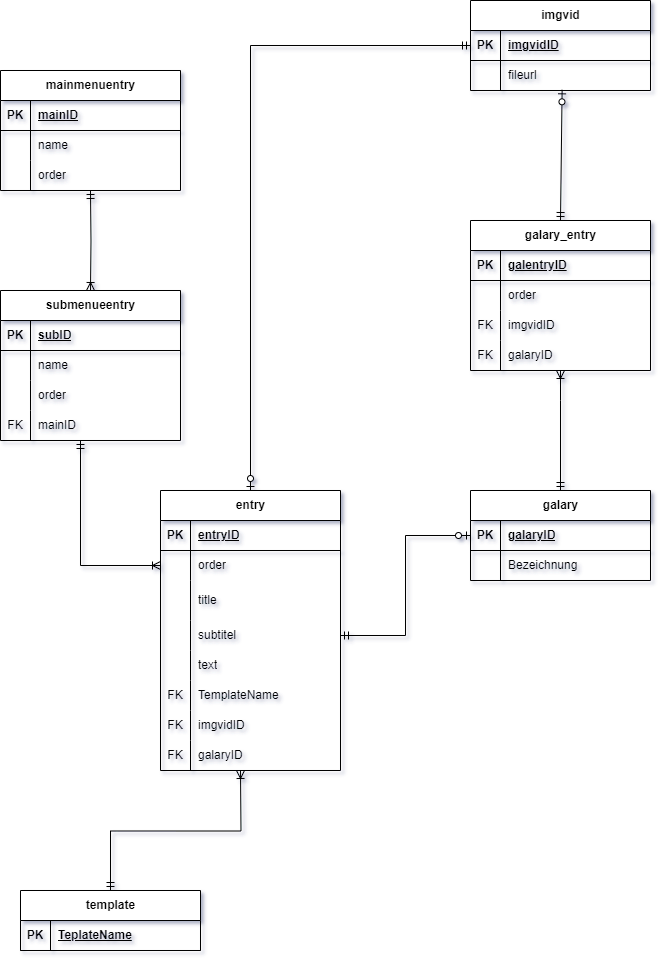
Above: src/Database/DBSchema.png in Werzu25/MusikbezirkSilz (draw.io), before the change. Source tidied: cells renumbered, new cells last; positions are measured from the earlier drawing's top-left corner, leaving out a move shared by most shapes.
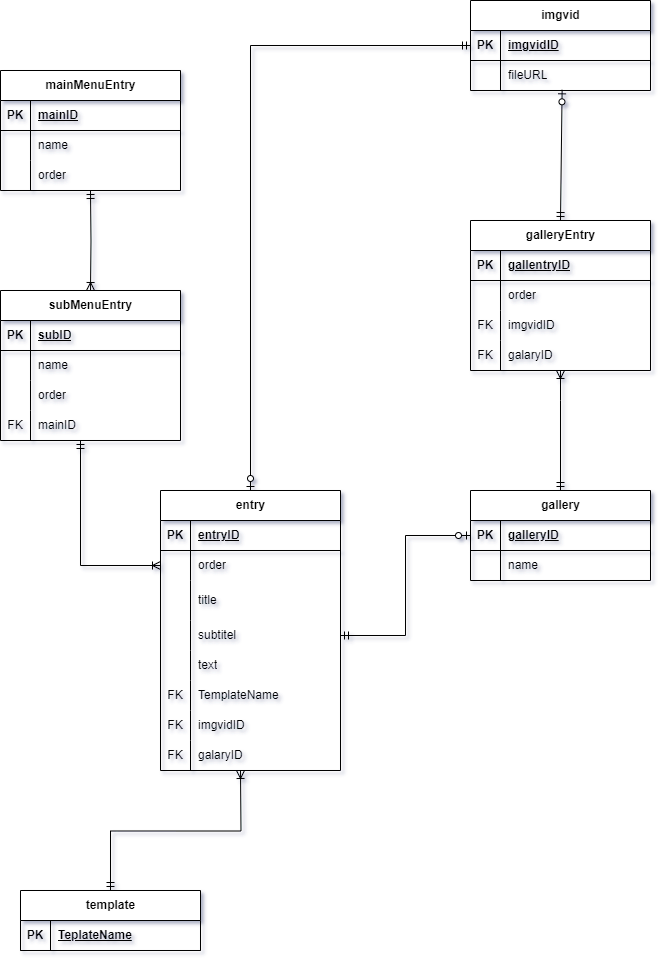
Later version of the same file.

Commit message:
DB Schema fixed typos and names

Change to the diagram source:
```diff
@@ -44,7 +44,7 @@
     <mxCell id="15" style="shape=tableRow;horizontal=0;startSize=0;swimlaneHead=0;swimlaneBody=0;fillColor=none;top=0;left=0;right=0;bottom=0;" parent="1" vertex="1">
       <mxGeometry x="150" y="640" width="180" height="30" as="geometry" />
     </mxCell>
-    <mxCell id="16" value="galary" style="shape=table;startSize=30;rowLines=0;fontStyle=1;align=center;html=1;" parent="1" vertex="1">
+    <mxCell id="16" value="gallery" style="shape=table;startSize=30;rowLines=0;fontStyle=1;align=center;html=1;" parent="1" vertex="1">
       <mxGeometry x="470" y="490" width="180" height="90" as="geometry" />
     </mxCell>
     <mxCell id="17" style="shape=tableRow;horizontal=0;startSize=0;swimlaneHead=0;swimlaneBody=0;fillColor=none;points=[[0,0.5],[1,0.5]];portConstraint=eastwest;top=0;left=0;right=0;bottom=1;" parent="16" vertex="1">
@@ -53,7 +53,7 @@
     <mxCell id="18" value="PK" style="shape=partialRectangle;fillColor=none;top=0;left=0;bottom=0;right=0;fontStyle=1;overflow=hidden;whiteSpace=wrap;html=1;" parent="17" vertex="1">
       <mxGeometry width="30" height="30" as="geometry" />
     </mxCell>
-    <mxCell id="19" value="galaryID" style="shape=partialRectangle;fillColor=none;top=0;left=0;bottom=0;right=0;align=left;spacingLeft=6;fontStyle=5;overflow=hidden;whiteSpace=wrap;html=1;" parent="17" vertex="1">
+    <mxCell id="19" value="galleryID" style="shape=partialRectangle;fillColor=none;top=0;left=0;bottom=0;right=0;align=left;spacingLeft=6;fontStyle=5;overflow=hidden;whiteSpace=wrap;html=1;" parent="17" vertex="1">
       <mxGeometry x="30" width="150" height="30" as="geometry" />
     </mxCell>
     <mxCell id="20" style="shape=tableRow;horizontal=0;startSize=0;swimlaneHead=0;swimlaneBody=0;fillColor=none;top=0;left=0;right=0;bottom=0;" parent="16" vertex="1">
@@ -62,10 +62,10 @@
     <mxCell id="21" style="shape=partialRectangle;fillColor=none;top=0;left=0;bottom=0;right=0;overflow=hidden;whiteSpace=wrap;html=1;" parent="20" vertex="1">
       <mxGeometry width="30" height="30" as="geometry" />
     </mxCell>
-    <mxCell id="22" value="Bezeichnung" style="shape=partialRectangle;fillColor=none;top=0;left=0;bottom=0;right=0;align=left;spacingLeft=6;overflow=hidden;whiteSpace=wrap;html=1;" parent="20" vertex="1">
+    <mxCell id="22" value="name" style="shape=partialRectangle;fillColor=none;top=0;left=0;bottom=0;right=0;align=left;spacingLeft=6;overflow=hidden;whiteSpace=wrap;html=1;" parent="20" vertex="1">
       <mxGeometry x="30" width="150" height="30" as="geometry" />
     </mxCell>
-    <mxCell id="23" value="galary_entry" style="shape=table;startSize=30;rowLines=0;fontStyle=1;align=center;html=1;" parent="1" vertex="1">
+    <mxCell id="23" value="galleryEntry" style="shape=table;startSize=30;rowLines=0;fontStyle=1;align=center;html=1;" parent="1" vertex="1">
       <mxGeometry x="470" y="220" width="180" height="150" as="geometry" />
     </mxCell>
     <mxCell id="24" style="shape=tableRow;horizontal=0;startSize=0;swimlaneHead=0;swimlaneBody=0;fillColor=none;top=0;left=0;right=0;bottom=1;" parent="23" vertex="1">
@@ -74,7 +74,7 @@
     <mxCell id="25" value="PK" style="shape=partialRectangle;fillColor=none;top=0;left=0;bottom=0;right=0;fontStyle=1;overflow=hidden;whiteSpace=wrap;html=1;" parent="24" vertex="1">
       <mxGeometry width="30" height="30" as="geometry" />
     </mxCell>
-    <mxCell id="26" value="galentryID" style="shape=partialRectangle;fillColor=none;top=0;left=0;bottom=0;right=0;align=left;spacingLeft=6;fontStyle=5;overflow=hidden;whiteSpace=wrap;html=1;" parent="24" vertex="1">
+    <mxCell id="26" value="gallentryID" style="shape=partialRectangle;fillColor=none;top=0;left=0;bottom=0;right=0;align=left;spacingLeft=6;fontStyle=5;overflow=hidden;whiteSpace=wrap;html=1;" parent="24" vertex="1">
       <mxGeometry x="30" width="150" height="30" as="geometry" />
     </mxCell>
     <mxCell id="27" style="shape=tableRow;horizontal=0;startSize=0;swimlaneHead=0;swimlaneBody=0;fillColor=none;top=0;left=0;right=0;bottom=0;" parent="23" vertex="1">
@@ -133,13 +133,13 @@
     <mxCell id="43" style="shape=partialRectangle;fillColor=none;top=0;left=0;bottom=0;right=0;overflow=hidden;whiteSpace=wrap;html=1;" parent="42" vertex="1">
       <mxGeometry width="30" height="30" as="geometry" />
     </mxCell>
-    <mxCell id="44" value="fileurl" style="shape=partialRectangle;fillColor=none;top=0;left=0;bottom=0;right=0;align=left;spacingLeft=6;overflow=hidden;whiteSpace=wrap;html=1;" parent="42" vertex="1">
+    <mxCell id="44" value="fileURL" style="shape=partialRectangle;fillColor=none;top=0;left=0;bottom=0;right=0;align=left;spacingLeft=6;overflow=hidden;whiteSpace=wrap;html=1;" parent="42" vertex="1">
       <mxGeometry x="30" width="150" height="30" as="geometry" />
     </mxCell>
     <mxCell id="45" style="fontSize=12;html=1;endArrow=ERzeroToOne;startArrow=ERmandOne;rounded=0;entryX=0.509;entryY=0.978;entryDx=0;entryDy=0;entryPerimeter=0;exitX=0.5;exitY=0;exitDx=0;exitDy=0;" parent="1" edge="1" source="23" target="42">
       <mxGeometry relative="1" as="geometry" />
     </mxCell>
-    <mxCell id="46" value="mainmenuentry" style="shape=table;startSize=30;rowLines=0;fontStyle=1;align=center;html=1;" parent="1" vertex="1">
+    <mxCell id="46" value="mainMenuEntry" style="shape=table;startSize=30;rowLines=0;fontStyle=1;align=center;html=1;" parent="1" vertex="1">
       <mxGeometry y="70" width="180" height="120" as="geometry" />
     </mxCell>
     <mxCell id="47" style="shape=tableRow;horizontal=0;startSize=0;swimlaneHead=0;swimlaneBody=0;fillColor=none;top=0;left=0;right=0;bottom=1;" parent="46" vertex="1">
@@ -169,7 +169,7 @@
     <mxCell id="55" value="order" style="shape=partialRectangle;fillColor=none;top=0;left=0;bottom=0;right=0;align=left;spacingLeft=6;overflow=hidden;whiteSpace=wrap;html=1;" parent="53" vertex="1">
       <mxGeometry x="30" width="150" height="30" as="geometry" />
     </mxCell>
-    <mxCell id="56" value="submenueentry" style="shape=table;startSize=30;rowLines=0;fontStyle=1;align=center;html=1;" parent="1" vertex="1">
+    <mxCell id="56" value="subMenuEntry" style="shape=table;startSize=30;rowLines=0;fontStyle=1;align=center;html=1;" parent="1" vertex="1">
       <mxGeometry y="290" width="180" height="150" as="geometry" />
     </mxCell>
     <mxCell id="57" style="shape=tableRow;horizontal=0;startSize=0;swimlaneHead=0;swimlaneBody=0;fillColor=none;top=0;left=0;right=0;bottom=1;" parent="56" vertex="1">
```
